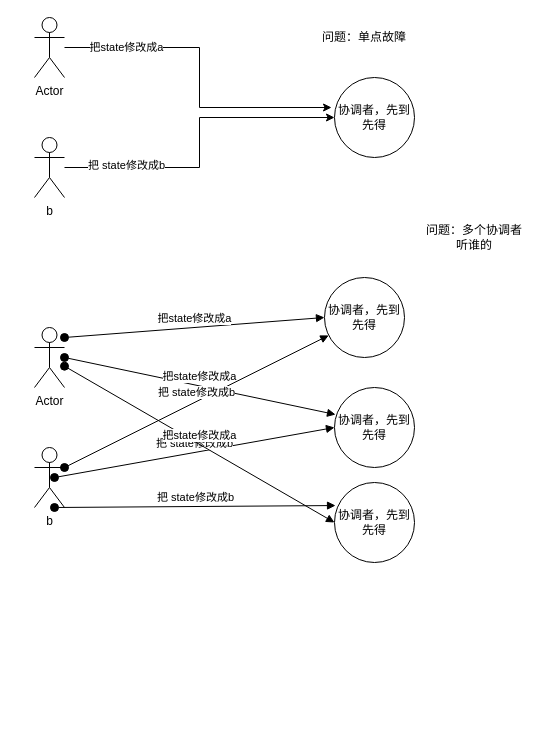
Before: Untitled paxos.drawio in qinhaohao1114/my-draw, a draw.io diagram. Source tidied: cells renumbered, new cells numbered last; positions are measured from the earlier drawing's top-left corner, leaving out a move shared by most shapes. Both pictures are drawn from the tidied source at 100%, with x=0, y=0 at pixel (34, 17).
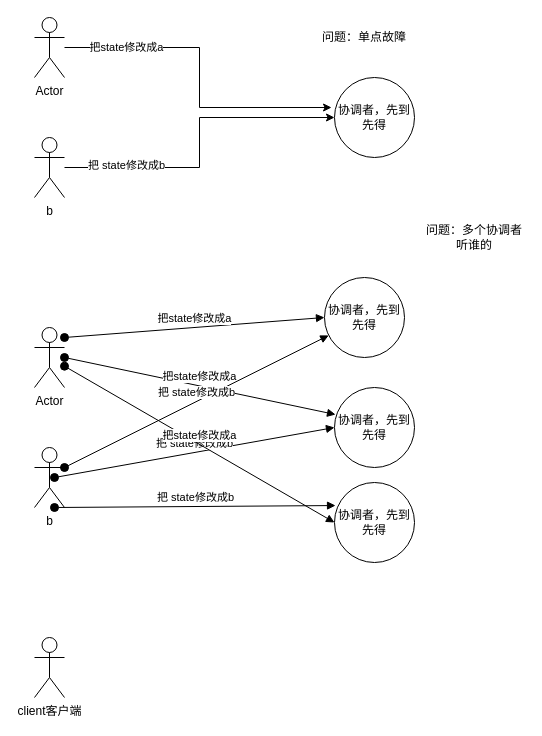
The same diagram, later.

Diff of the diagram source:
```diff
@@
+    <mxCell id="22" value="client客户端" style="shape=umlActor;verticalLabelPosition=bottom;verticalAlign=top;html=1;" parent="1" vertex="1">
+      <mxGeometry y="620" width="30" height="60" as="geometry" />
+    </mxCell>
```
